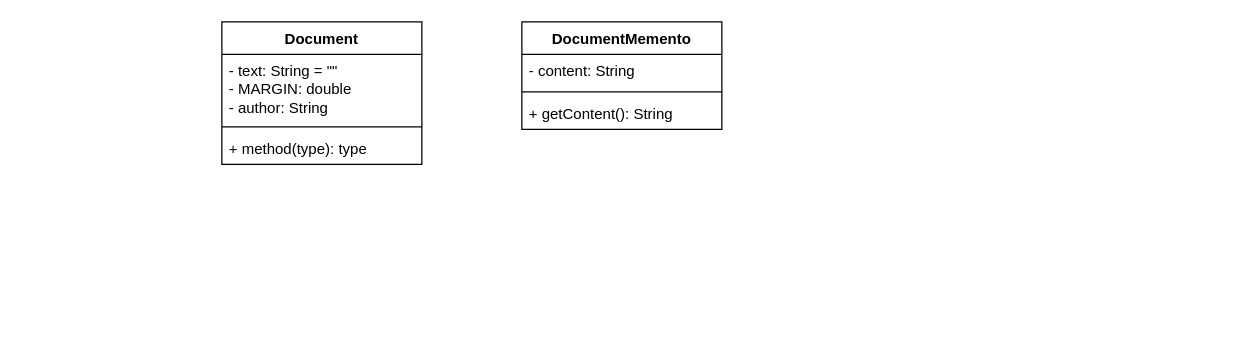
NguyenChHieu/graphs keeps this draw.io diagram as soft2201w6.drawio. Above is the earlier version. Source tidied: cells renumbered, new cells numbered last; positions are measured from the earlier drawing's top-left corner, leaving out a move shared by most shapes. Both pictures are drawn from the tidied source at 125%, with x=0, y=0 at pixel (221, 21).
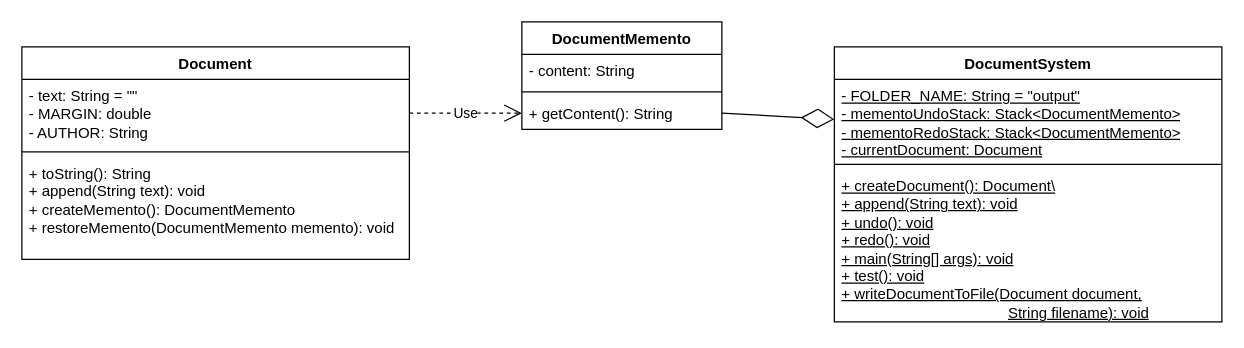
After the change.

The edit, as a diff of the source:
```diff
@@
 <mxGraphModel>
   <root>
     <mxCell id="0" />
     <mxCell id="1" parent="0" />
     <mxCell id="2" value="DocumentMemento" style="swimlane;fontStyle=1;align=center;verticalAlign=top;horizontal=1;startSize=26;whiteSpace=wrap;html=1;" parent="1" vertex="1">
       <mxGeometry x="240" width="160" height="86" as="geometry" />
     </mxCell>
     <mxCell id="3" value="- content: String" style="text;strokeColor=none;fillColor=none;align=left;verticalAlign=top;spacingLeft=4;spacingRight=4;overflow=hidden;whiteSpace=wrap;html=1;" parent="2" vertex="1">
       <mxGeometry y="26" width="160" height="26" as="geometry" />
     </mxCell>
     <mxCell id="4" style="line;strokeWidth=1;fillColor=none;align=left;verticalAlign=middle;spacingTop=-1;spacingLeft=3;spacingRight=3;labelPosition=right;strokeColor=inherit;" parent="2" vertex="1">
       <mxGeometry y="52" width="160" height="8" as="geometry" />
     </mxCell>
     <mxCell id="5" value="+ getContent(): String" style="text;strokeColor=none;fillColor=none;align=left;verticalAlign=top;spacingLeft=4;spacingRight=4;overflow=hidden;points=[[0,0.5],[1,0.5]];portConstraint=eastwest;whiteSpace=wrap;html=1;" parent="2" vertex="1">
       <mxGeometry y="60" width="160" height="26" as="geometry" />
     </mxCell>
     <mxCell id="6" value="Document" style="swimlane;fontStyle=1;align=center;verticalAlign=top;horizontal=1;startSize=26;whiteSpace=wrap;html=1;" parent="1" vertex="1">
-      <mxGeometry width="160" height="114" as="geometry" />
+      <mxGeometry x="-160" y="20" width="310" height="170" as="geometry" />
     </mxCell>
-    <mxCell id="7" value="- text: String = &quot;&quot;&lt;div&gt;- MARGIN: double&lt;/div&gt;&lt;div&gt;- author: String&lt;/div&gt;" style="text;strokeColor=none;fillColor=none;align=left;verticalAlign=top;spacingLeft=4;spacingRight=4;overflow=hidden;points=[[0,0.5],[1,0.5]];portConstraint=eastwest;whiteSpace=wrap;html=1;" parent="6" vertex="1">
-      <mxGeometry y="26" width="160" height="54" as="geometry" />
+    <mxCell id="7" value="- text: String = &quot;&quot;&lt;div&gt;- MARGIN: double&lt;/div&gt;&lt;div&gt;- AUTHOR: String&lt;/div&gt;" style="text;strokeColor=none;fillColor=none;align=left;verticalAlign=top;spacingLeft=4;spacingRight=4;overflow=hidden;points=[[0,0.5],[1,0.5]];portConstraint=eastwest;whiteSpace=wrap;html=1;" parent="6" vertex="1">
+      <mxGeometry y="26" width="310" height="54" as="geometry" />
     </mxCell>
     <mxCell id="8" style="line;strokeWidth=1;fillColor=none;align=left;verticalAlign=middle;spacingTop=-1;spacingLeft=3;spacingRight=3;labelPosition=right;strokeColor=inherit;" parent="6" vertex="1">
-      <mxGeometry y="80" width="160" height="8" as="geometry" />
+      <mxGeometry y="80" width="310" height="8" as="geometry" />
     </mxCell>
-    <mxCell id="9" value="+ method(type): type" style="text;strokeColor=none;fillColor=none;align=left;verticalAlign=top;spacingLeft=4;spacingRight=4;overflow=hidden;whiteSpace=wrap;html=1;" parent="6" vertex="1">
-      <mxGeometry y="88" width="160" height="26" as="geometry" />
+    <mxCell id="9" value="+ toString(): String&lt;div&gt;+ append(String text): void&lt;/div&gt;&lt;div&gt;+ createMemento(): DocumentMemento&lt;/div&gt;&lt;div&gt;+ restoreMemento(DocumentMemento memento): void&lt;/div&gt;" style="text;strokeColor=none;fillColor=none;align=left;verticalAlign=top;spacingLeft=4;spacingRight=4;overflow=hidden;whiteSpace=wrap;html=1;" parent="6" vertex="1">
+      <mxGeometry y="88" width="310" height="82" as="geometry" />
     </mxCell>
+    <mxCell id="10" value="DocumentSystem" style="swimlane;fontStyle=1;align=center;verticalAlign=top;horizontal=1;startSize=26;whiteSpace=wrap;html=1;" parent="1" vertex="1">
+      <mxGeometry x="490" y="20" width="310" height="220" as="geometry" />
+    </mxCell>
+    <mxCell id="11" value="&lt;u&gt;- FOLDER_NAME: String = &quot;output&quot;&lt;/u&gt;&lt;div&gt;&lt;u&gt;- mementoUndoStack: Stack&amp;lt;DocumentMemento&amp;gt;&lt;/u&gt;&lt;/div&gt;&lt;div&gt;&lt;u&gt;-&amp;nbsp;&lt;span style=&quot;background-color: initial;&quot;&gt;mementoRedoStack:&amp;nbsp;&lt;/span&gt;&lt;span style=&quot;background-color: initial;&quot;&gt;Stack&amp;lt;DocumentMemento&amp;gt;&lt;/span&gt;&lt;/u&gt;&lt;/div&gt;&lt;div&gt;&lt;span style=&quot;background-color: initial;&quot;&gt;&lt;u&gt;- currentDocument: Document&lt;/u&gt;&lt;/span&gt;&lt;/div&gt;&lt;div&gt;&lt;span style=&quot;background-color: initial;&quot;&gt;&lt;br&gt;&lt;/span&gt;&lt;/div&gt;" style="text;strokeColor=none;fillColor=none;align=left;verticalAlign=top;spacingLeft=4;spacingRight=4;overflow=hidden;points=[[0,0.5],[1,0.5]];portConstraint=eastwest;whiteSpace=wrap;html=1;" parent="10" vertex="1">
+      <mxGeometry y="26" width="310" height="64" as="geometry" />
+    </mxCell>
+    <mxCell id="12" style="line;strokeWidth=1;fillColor=none;align=left;verticalAlign=middle;spacingTop=-1;spacingLeft=3;spacingRight=3;labelPosition=right;strokeColor=inherit;" parent="10" vertex="1">
+      <mxGeometry y="90" width="310" height="8" as="geometry" />
+    </mxCell>
+    <mxCell id="13" value="&lt;u&gt;+ createDocument(): Document\&lt;/u&gt;&lt;div&gt;&lt;u&gt;+ append(String text): void&lt;/u&gt;&lt;/div&gt;&lt;div&gt;&lt;u&gt;+ undo(): void&lt;/u&gt;&lt;/div&gt;&lt;div&gt;&lt;u&gt;+ redo(): void&lt;/u&gt;&lt;/div&gt;&lt;div&gt;&lt;u&gt;+ main(String[] args): void&lt;/u&gt;&lt;/div&gt;&lt;div&gt;&lt;u&gt;+ test(): void&lt;/u&gt;&lt;/div&gt;&lt;div&gt;&lt;u&gt;+ writeDocumentToFile(Document document,&lt;/u&gt;&lt;/div&gt;&lt;div&gt;&lt;u&gt;&lt;span style=&quot;white-space: pre;&quot;&gt;&#9;&lt;/span&gt;&lt;span style=&quot;white-space: pre;&quot;&gt;&#9;&lt;/span&gt;&lt;span style=&quot;white-space: pre;&quot;&gt;&#9;&lt;/span&gt;&lt;span style=&quot;white-space: pre;&quot;&gt;&#9;&lt;span style=&quot;white-space: pre;&quot;&gt;&#9;&lt;/span&gt;String&lt;/span&gt;&amp;nbsp;filename): void&lt;/u&gt;&lt;br&gt;&lt;/div&gt;" style="text;strokeColor=none;fillColor=none;align=left;verticalAlign=top;spacingLeft=4;spacingRight=4;overflow=hidden;whiteSpace=wrap;html=1;" parent="10" vertex="1">
+      <mxGeometry y="98" width="310" height="122" as="geometry" />
+    </mxCell>
+    <mxCell id="14" style="endArrow=diamondThin;endFill=0;endSize=24;html=1;rounded=0;entryX=0;entryY=0.5;entryDx=0;entryDy=0;exitX=1;exitY=0.5;exitDx=0;exitDy=0;" parent="1" edge="1" source="5" target="11">
+      <mxGeometry relative="1" as="geometry" />
+    </mxCell>
+    <mxCell id="15" value="Use" style="endArrow=open;endSize=12;dashed=1;html=1;rounded=0;exitX=1;exitY=0.5;exitDx=0;exitDy=0;entryX=0;entryY=0.5;entryDx=0;entryDy=0;" parent="1" edge="1" source="7" target="5">
+      <mxGeometry relative="1" as="geometry" />
+    </mxCell>
   </root>
 </mxGraphModel>
```
